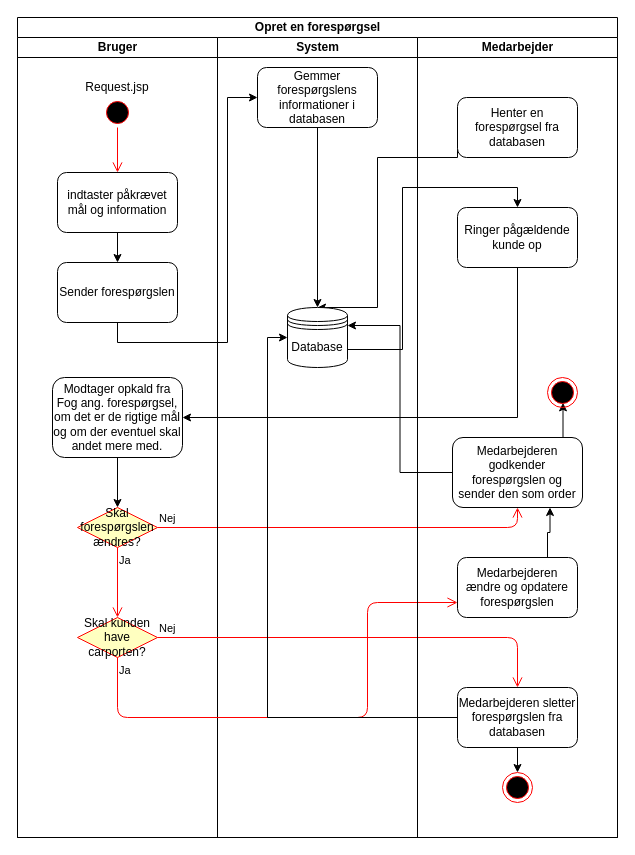
This is page "Forespørgsel" (1 of 10) of Analyser/Navigationsdiagram/navigationsdiagrammer.drawio from asgerhs/FogProject, a draw.io file, before an edit. Source tidied: cells renumbered, new cells numbered last; positions are measured from the earlier drawing's top-left corner, leaving out a move shared by most shapes. Both pictures are drawn from the tidied source at 100%, with x=0, y=0 at pixel (17, 17).
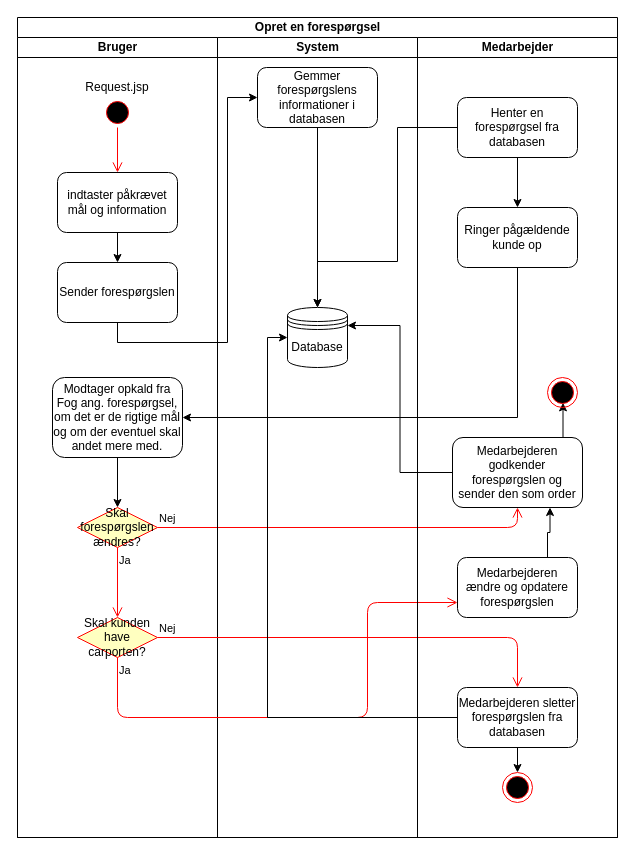
Above is the later version.

The change refers to these unchanged cells:
```xml
<mxCell id="2" value="Opret en forespørgsel" style="swimlane;html=1;startSize=20;" parent="1" vertex="1">
  <mxGeometry width="600" height="820" as="geometry" />
</mxCell>
<mxCell id="20" value="Database" style="shape=datastore;whiteSpace=wrap;html=1;" parent="17" vertex="1">
  <mxGeometry x="70" y="270" width="60" height="60" as="geometry" />
</mxCell>
<mxCell id="24" value="Medarbejder" style="swimlane;html=1;startSize=20;" parent="2" vertex="1">
  <mxGeometry x="400" y="20" width="200" height="800" as="geometry" />
</mxCell>
<mxCell id="25" value="Henter en forespørgsel fra databasen" style="rounded=1;whiteSpace=wrap;html=1;" parent="24" vertex="1">
  <mxGeometry x="40" y="60" width="120" height="60" as="geometry" />
</mxCell>
<mxCell id="26" value="Ringer pågældende kunde op" style="rounded=1;whiteSpace=wrap;html=1;" parent="24" vertex="1">
  <mxGeometry x="40" y="170" width="120" height="60" as="geometry" />
</mxCell>
```

What changed in the source:
```diff
@@
-    <mxCell id="12" style="edgeStyle=orthogonalEdgeStyle;rounded=0;jettySize=auto;html=1;exitX=0;exitY=0.5;exitDx=0;exitDy=0;entryX=0.5;entryY=0;entryDx=0;entryDy=0;" parent="2" edge="1" source="25" target="20">
+    <mxCell id="12" style="edgeStyle=orthogonalEdgeStyle;rounded=0;jettySize=auto;html=1;exitX=0;exitY=0.5;exitDx=0;exitDy=0;entryX=0.5;entryY=0;entryDx=0;entryDy=0;comic=0;shadow=0;" parent="2" edge="1" source="25" target="20">
       <mxGeometry relative="1" as="geometry">
         <Array as="points">
-          <mxPoint x="440" y="140" />
-          <mxPoint x="360" y="140" />
-          <mxPoint x="360" y="290" />
+          <mxPoint x="380" y="110" />
+          <mxPoint x="380" y="244" />
+          <mxPoint x="300" y="244" />
         </Array>
       </mxGeometry>
     </mxCell>
-    <mxCell id="13" style="edgeStyle=orthogonalEdgeStyle;rounded=0;jettySize=auto;html=1;exitX=1;exitY=0.7;exitDx=0;exitDy=0;entryX=0.5;entryY=0;entryDx=0;entryDy=0;" parent="2" edge="1" source="20" target="26">
-      <mxGeometry relative="1" as="geometry" />
-    </mxCell>
@@
-    <mxCell id="17" value="System" style="swimlane;html=1;startSize=20;" parent="2" vertex="1">
+    <mxCell id="17" value="System" style="swimlane;html=1;startSize=20;swimlaneLine=1;glass=0;" parent="2" vertex="1">
       <mxGeometry x="200" y="20" width="200" height="800" as="geometry" />
     </mxCell>
@@
+    <mxCell id="39" style="edgeStyle=orthogonalEdgeStyle;rounded=0;jettySize=auto;html=1;exitX=0.5;exitY=1;exitDx=0;exitDy=0;" parent="24" edge="1" source="25" target="26">
+      <mxGeometry relative="1" as="geometry" />
+    </mxCell>
```
